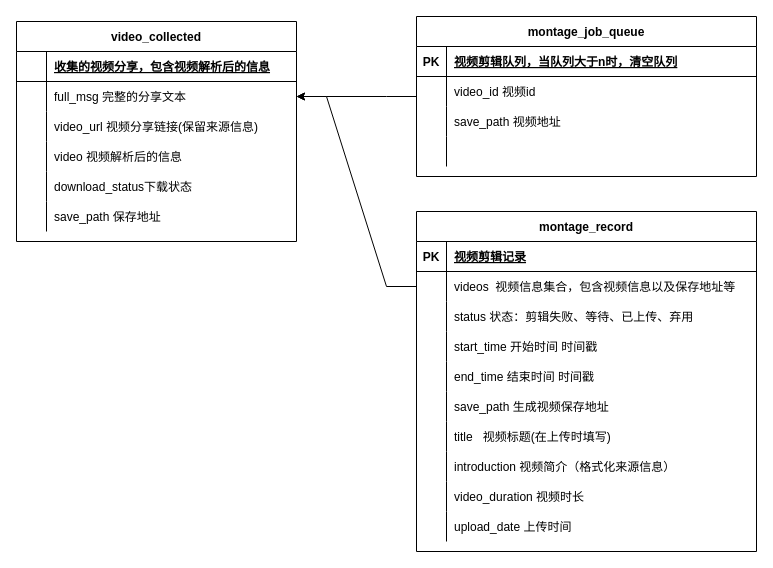
Before: Untitled Diagram.drawio in i1mT/ZhiHuiShu-Assistant, a draw.io diagram. Source tidied: cells renumbered, new cells numbered last; positions are measured from the earlier drawing's top-left corner, leaving out a move shared by most shapes. Both pictures are drawn from the tidied source at 100%, with x=0, y=0 at pixel (16, 16).
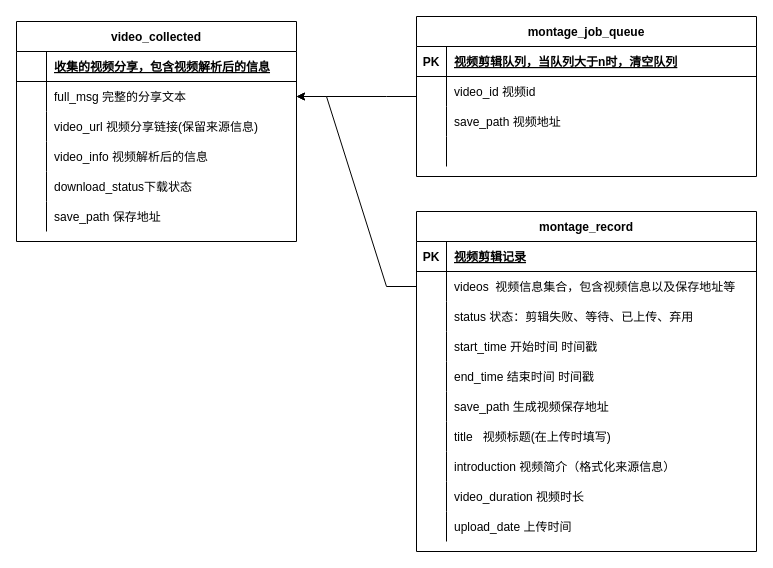
After the change.

The change refers to these unchanged cells:
```xml
<mxCell id="57" style="shape=partialRectangle;fillColor=none;top=0;left=0;right=0;bottom=0;" parent="47" vertex="1">
  <mxGeometry y="120" width="280" height="30" as="geometry" />
</mxCell>
```

The edit, as a diff of the source:
```diff
@@
-    <mxCell id="59" value="video 视频解析后的信息" style="shape=partialRectangle;overflow=hidden;fillColor=none;top=0;left=0;bottom=0;right=0;align=left;spacingLeft=6;" parent="57" vertex="1">
+    <mxCell id="59" value="video_info 视频解析后的信息" style="shape=partialRectangle;overflow=hidden;fillColor=none;top=0;left=0;bottom=0;right=0;align=left;spacingLeft=6;" parent="57" vertex="1">
       <mxGeometry x="30" width="250" height="30" as="geometry" />
     </mxCell>
```
